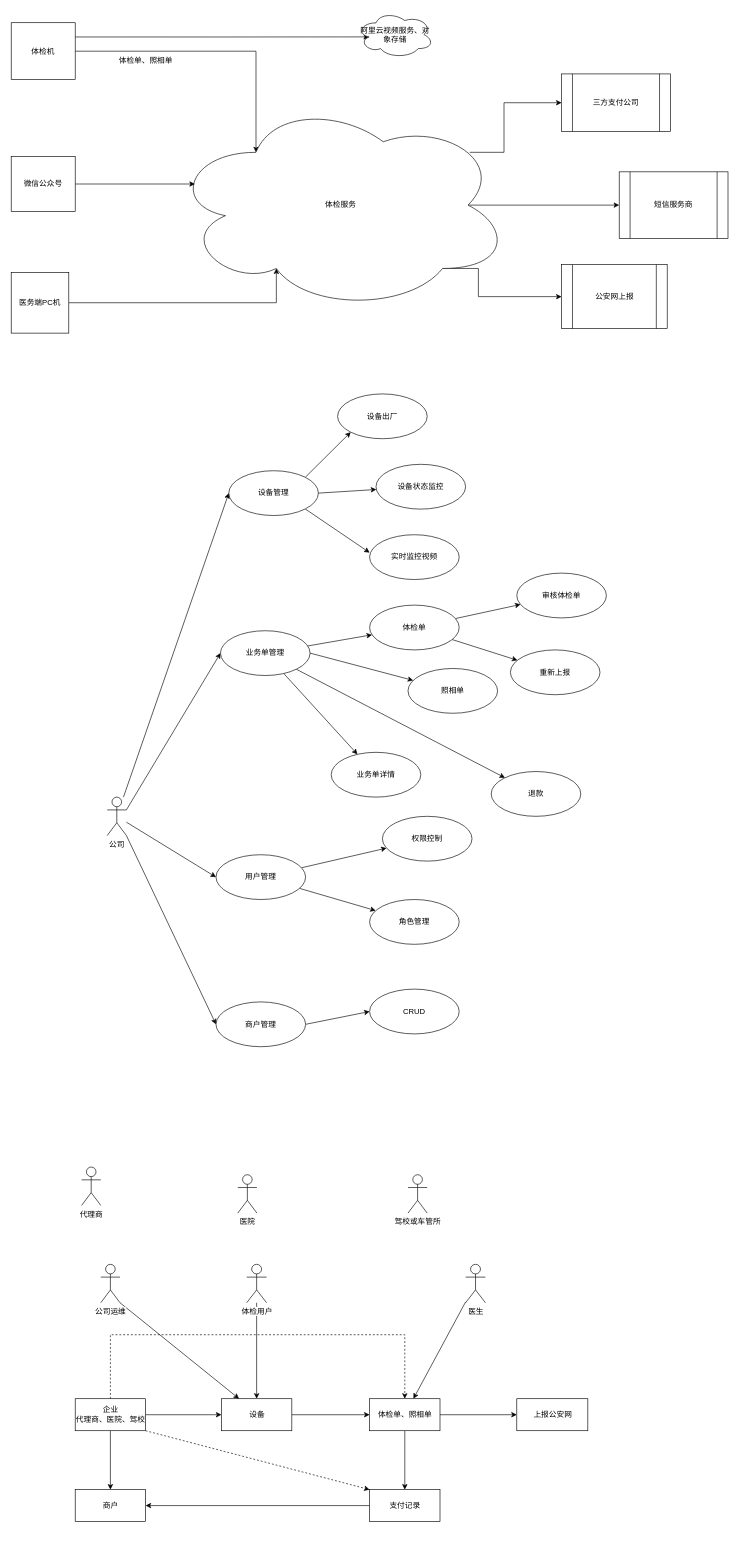
Earlier version of the draw.io diagram V3.0.0.drawio (FifteenLab/test). Source tidied: cells renumbered, new cells numbered last; positions are measured from the earlier drawing's top-left corner, leaving out a move shared by most shapes. Both pictures are drawn from the tidied source at 64%, with x=0, y=0 at pixel (11, 11).
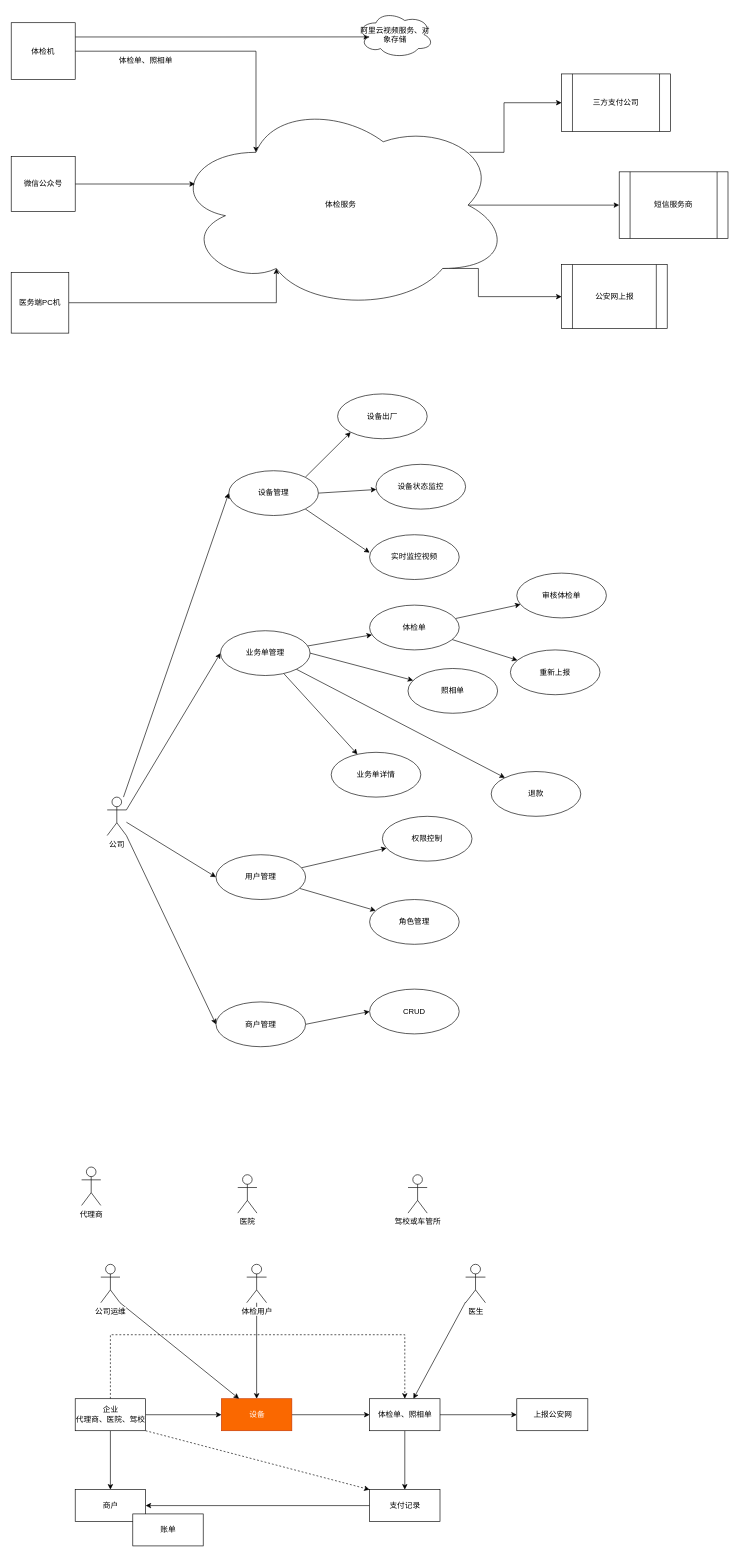
The same diagram, later.

Diff of the diagram source:
```diff
@@
-    <mxCell id="8" value="设备" style="html=1;shadow=0;" parent="1" vertex="1">
+    <mxCell id="8" value="设备" style="html=1;shadow=0;fillColor=#fa6800;strokeColor=#C73500;fontColor=#ffffff;" parent="1" vertex="1">
       <mxGeometry x="328.5" y="2168" width="110" height="50" as="geometry" />
     </mxCell>
@@
+    <mxCell id="74" value="账单" style="html=1;shadow=0;" parent="1" vertex="1">
+      <mxGeometry x="190" y="2348" width="110" height="50" as="geometry" />
+    </mxCell>
```
